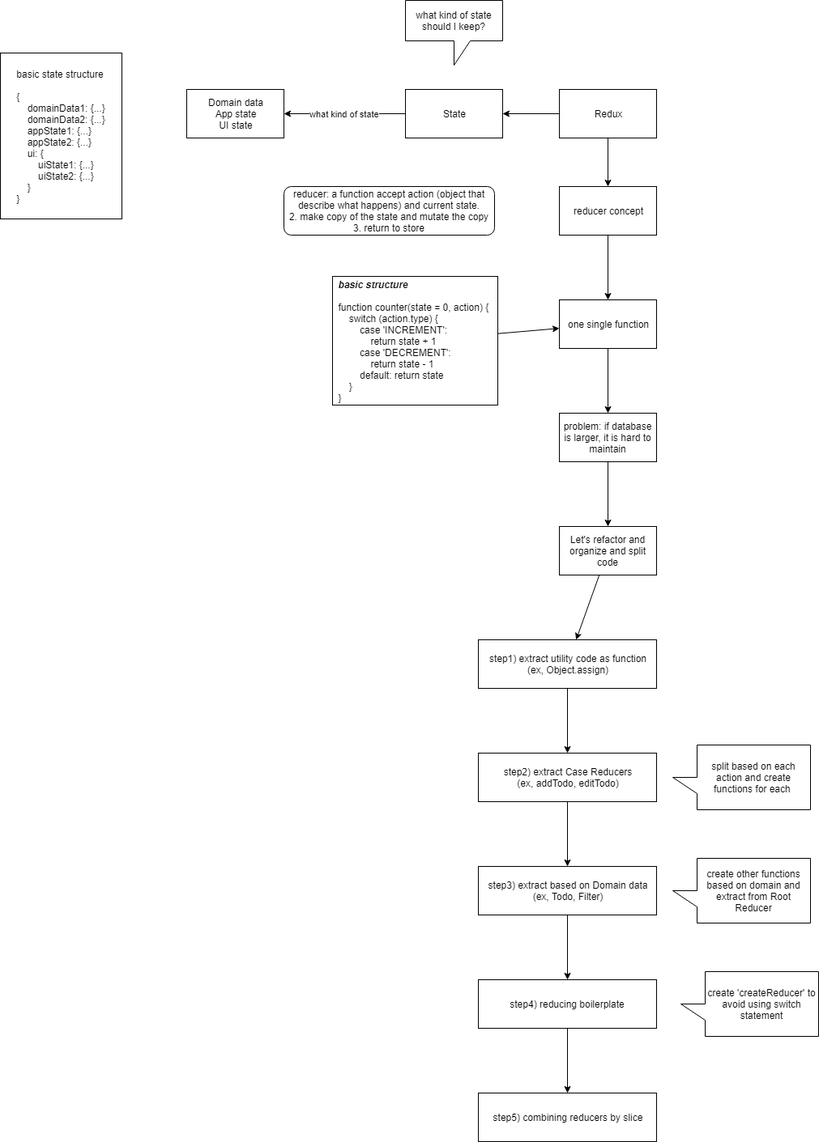
The draw.io diagram reducer_structure_concept.png in stsiwo/react_redux_concept, before a commit. Source tidied: cells renumbered, new cells last; positions are measured from the earlier drawing's top-left corner, leaving out a move shared by most shapes.
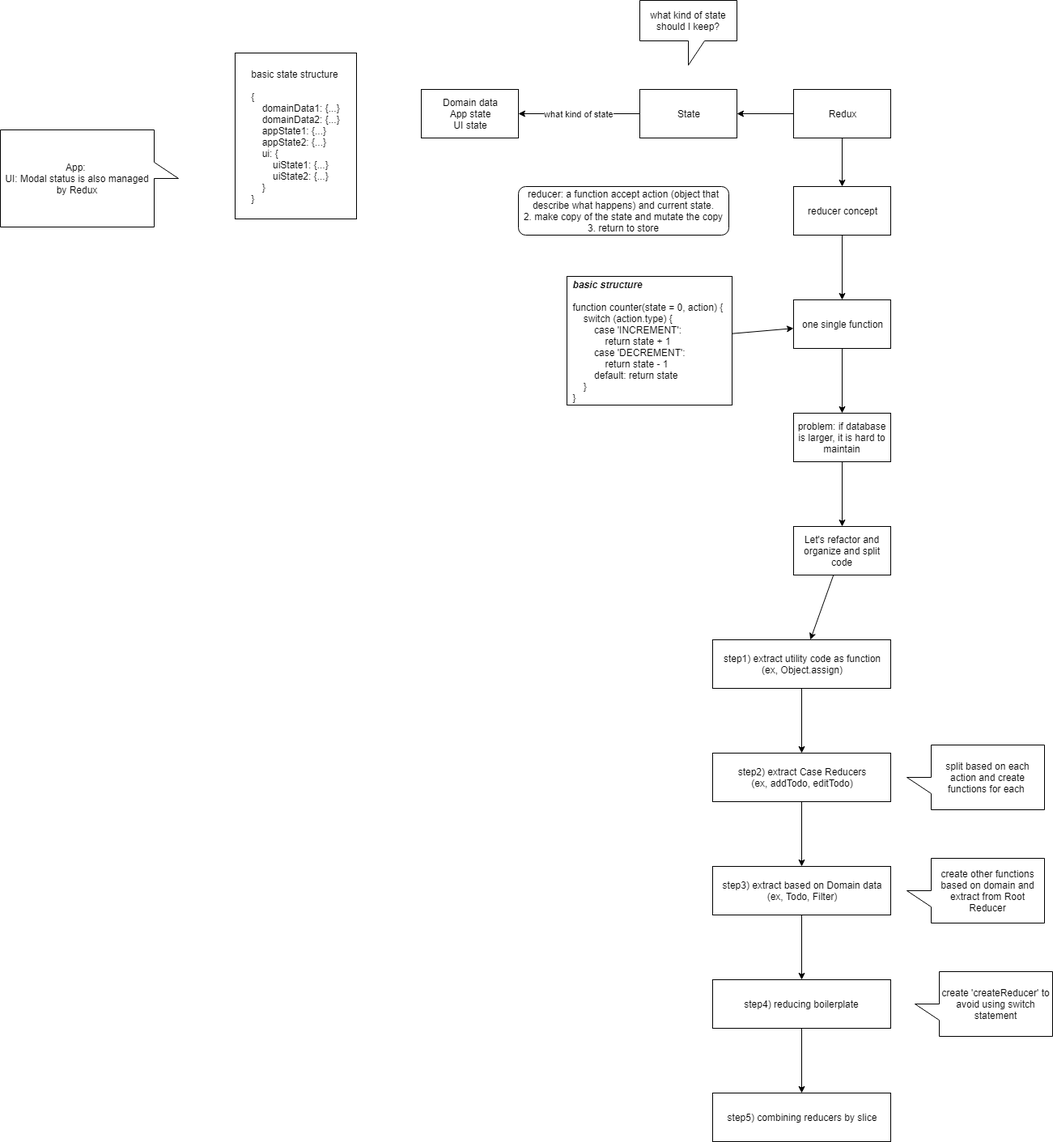
After the change.

Diff of the diagram source:
```diff
@@ -95,5 +95,8 @@
     <mxCell id="32" value="create 'createReducer' to avoid using switch statement" style="shape=callout;whiteSpace=wrap;html=1;perimeter=calloutPerimeter;direction=south;" parent="1" vertex="1">
       <mxGeometry x="840" y="1200" width="170" height="80" as="geometry" />
     </mxCell>
+    <mxCell id="33" value="App:&amp;nbsp;&lt;br&gt;UI: Modal status is also managed by Redux" style="shape=callout;whiteSpace=wrap;html=1;perimeter=calloutPerimeter;direction=north;" parent="1" vertex="1">
+      <mxGeometry x="-290" y="160" width="220" height="120" as="geometry" />
+    </mxCell>
   </root>
 </mxGraphModel>
```
